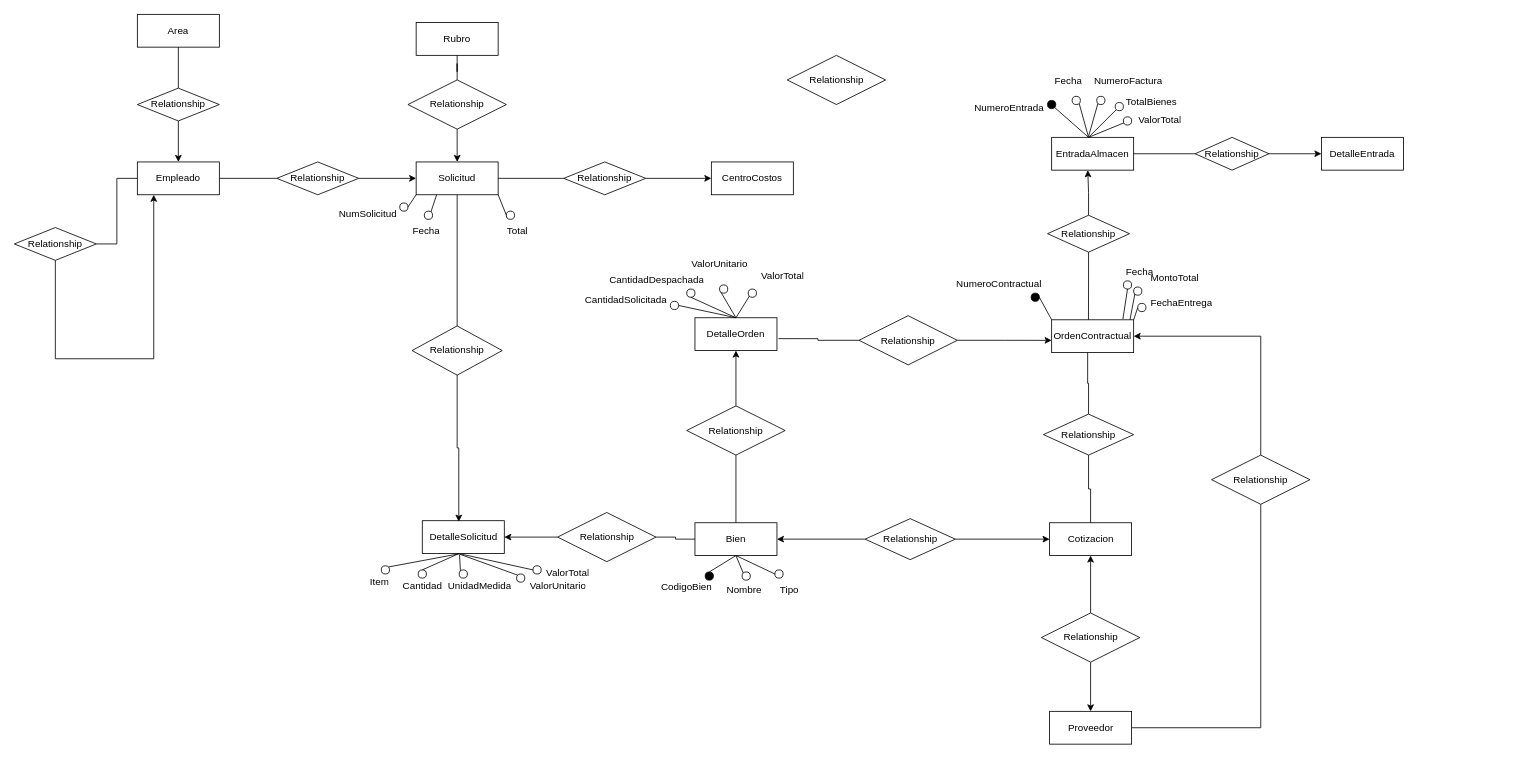
Jose-An608/BASE_DATOS_1 keeps this draw.io diagram as MER-SEMANA5/Ejercicio6-MER.drawio. Above is the earlier version. Source tidied: cells renumbered, new cells numbered last; positions are measured from the earlier drawing's top-left corner, leaving out a move shared by most shapes. Both pictures are drawn from the tidied source at 82%, with x=0, y=0 at pixel (14, 14).
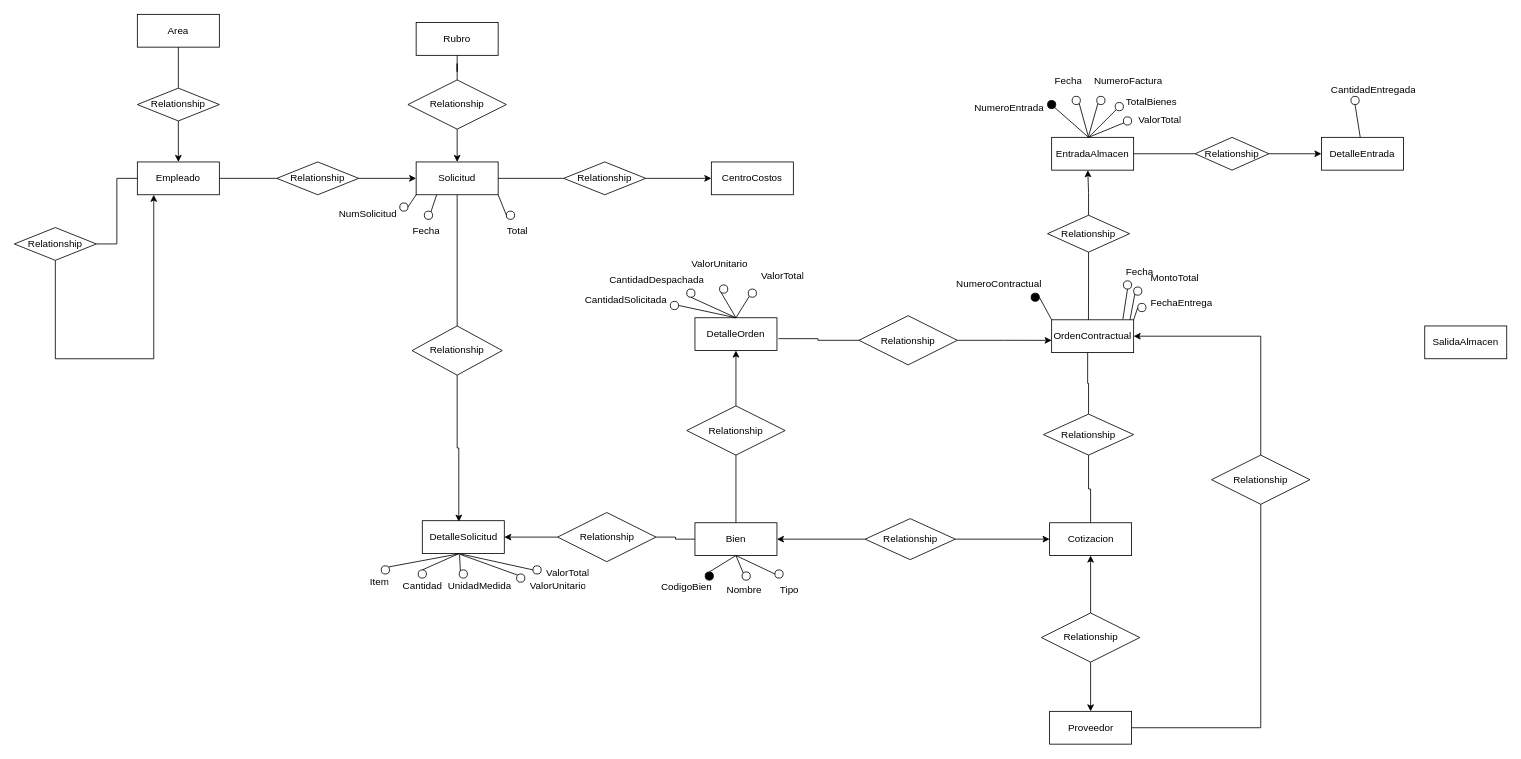
After the change.

Unchanged cells that the change refers to:
```xml
<mxCell id="129" value="DetalleEntrada" style="whiteSpace=wrap;html=1;align=center;" parent="1" vertex="1">
  <mxGeometry x="1594" y="150" width="100" height="40" as="geometry" />
</mxCell>
```

The edit, as a diff of the source:
```diff
@@
-    <mxCell id="76" value="Relationship" style="shape=rhombus;perimeter=rhombusPerimeter;whiteSpace=wrap;html=1;align=center;" parent="1" vertex="1">
-      <mxGeometry x="942.5" y="50" width="120" height="60" as="geometry" />
-    </mxCell>
@@
+    <mxCell id="133" style="endArrow=none;html=1;rounded=0;entryX=0.473;entryY=-0.006;entryDx=0;entryDy=0;entryPerimeter=0;exitX=0.5;exitY=1;exitDx=0;exitDy=0;" parent="1" edge="1" source="134" target="129">
+      <mxGeometry relative="1" as="geometry" />
+    </mxCell>
+    <mxCell id="134" style="ellipse;whiteSpace=wrap;html=1;align=center;" parent="1" vertex="1">
+      <mxGeometry x="1630" y="100" width="10" height="10" as="geometry" />
+    </mxCell>
+    <mxCell id="135" value="CantidadEntregada" style="text;strokeColor=none;fillColor=none;spacingLeft=4;spacingRight=4;overflow=hidden;fontSize=12;whiteSpace=wrap;html=1;" parent="1" vertex="1">
+      <mxGeometry x="1600" y="78" width="120" height="30" as="geometry" />
+    </mxCell>
+    <mxCell id="136" value="SalidaAlmacen" style="whiteSpace=wrap;html=1;align=center;" parent="1" vertex="1">
+      <mxGeometry x="1720" y="380" width="100" height="40" as="geometry" />
+    </mxCell>
```
